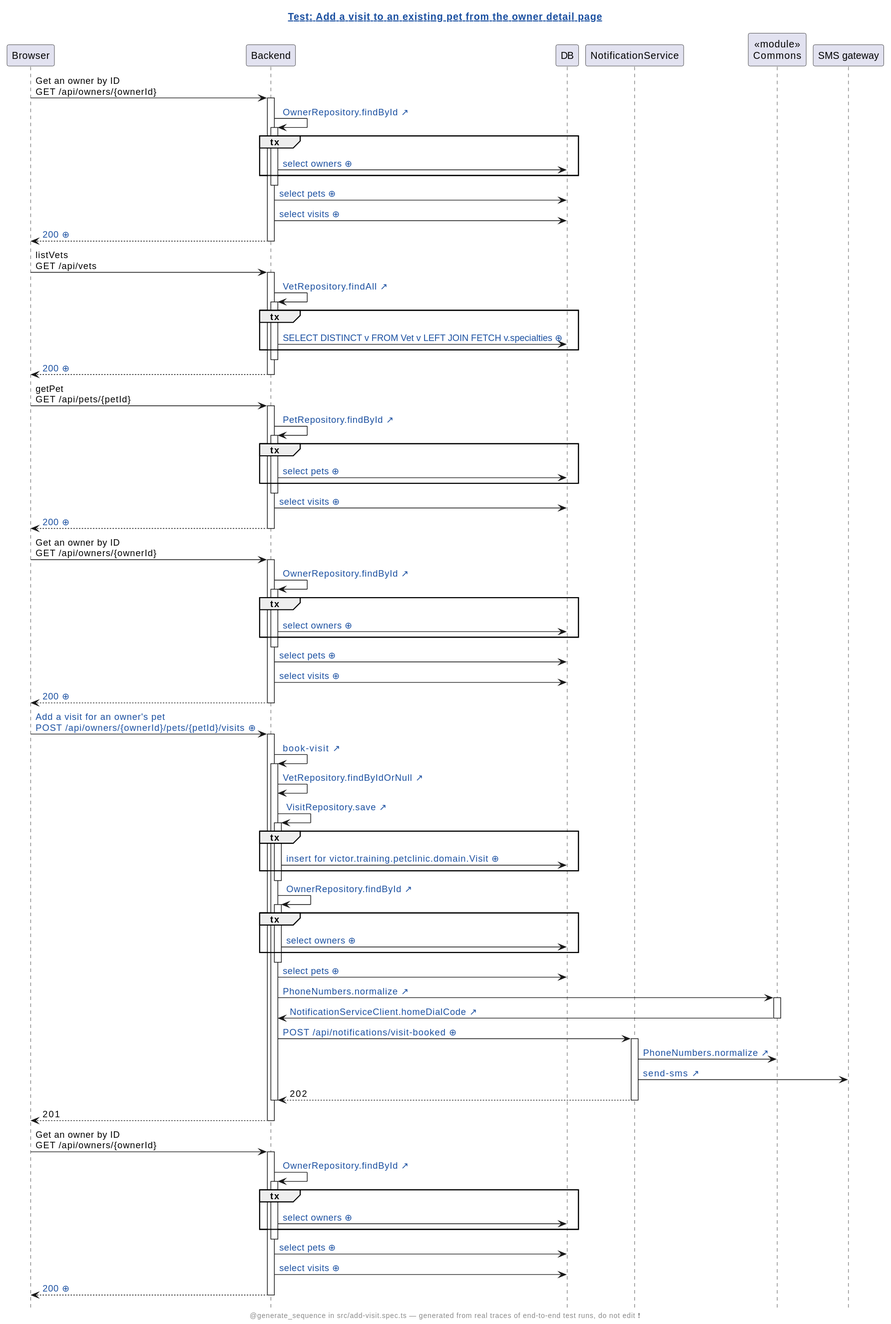
Earlier version of the PlantUML export demo/demo/assets/diagrams/petclinic-test_generated_add-visit.spec.ts.add-a-visit-to-an-existing-pet-from-the-owner-detail-page.genseq.new.svg (victorrentea/human-review).
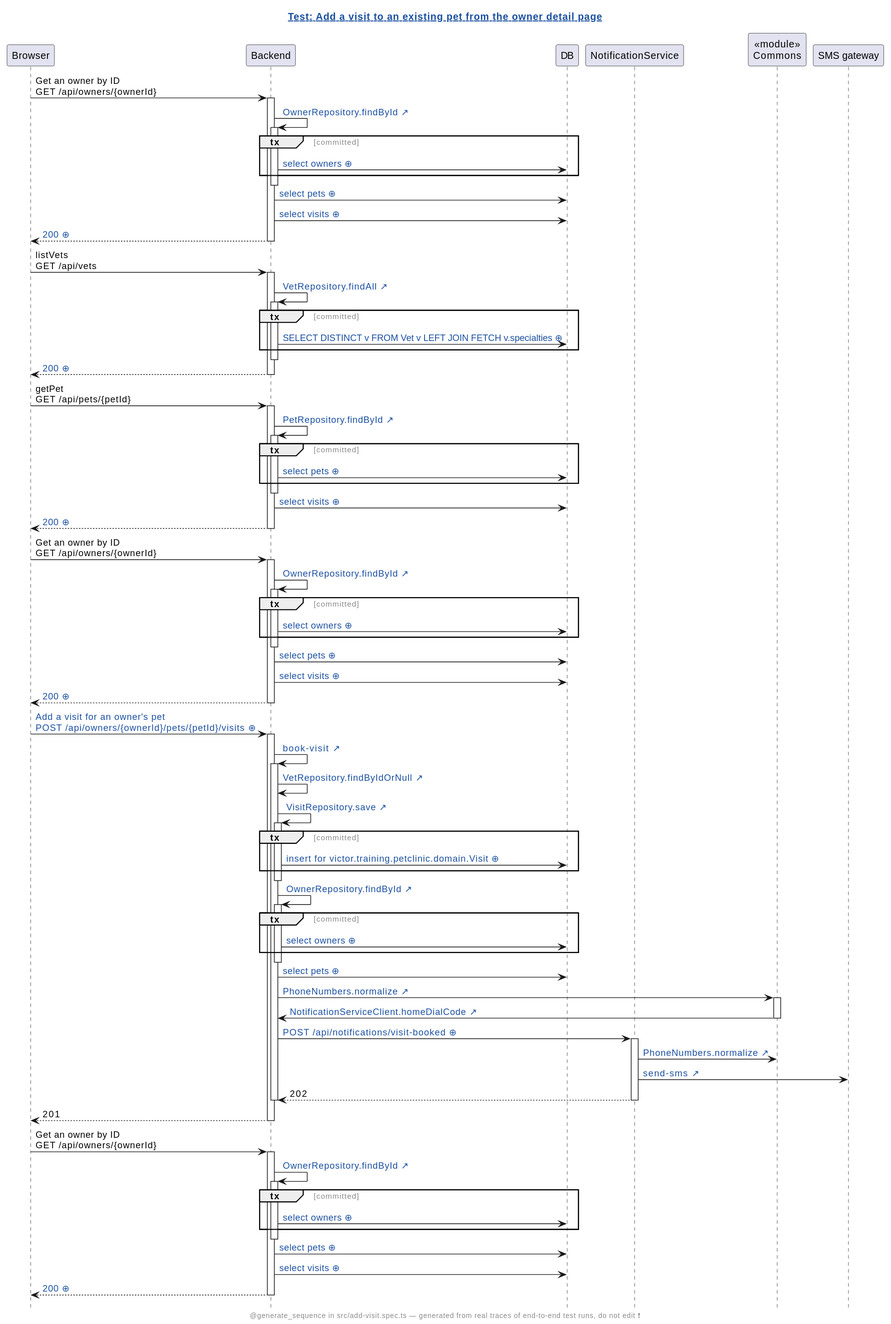
The same diagram one commit later.

Diff of the diagram source:
```diff
@@ -2,6 +2,8 @@
 hide footbox
 skinparam hyperlinkUnderline false
 skinparam hyperlinkColor #1A4FA0
+skinparam sequenceGroupFontColor #888888
+skinparam sequenceGroupFontStyle plain
 title [[src://petclinic-test/src/add-visit.spec.ts:34{Click to open the test} Test: Add a visit to an existing pet from the owner detail page]]
 footer @generate_sequence in src/add-visit.spec.ts — generated from real traces of end-to-end test runs, do not edit ❗
 participant Browser
@@ -14,7 +16,7 @@
 activate Backend
 Backend -> Backend: [[src://petclinic-backend/src/main/java/victor/training/petclinic/repository/OwnerRepository.java:14{Click to open OwnerRepository.findById} OwnerRepository.findById ↗]]
 activate Backend
-group tx
+group tx [committed]
 Backend -> DB: [[genseq://0x8aana{Click for the statement behind this call} select owners ⊕]]
 end
 deactivate Backend
@@ -26,7 +28,7 @@
 activate Backend
 Backend -> Backend: [[src://petclinic-backend/src/main/java/victor/training/petclinic/repository/VetRepository.java:13{Click to open VetRepository.findAll} VetRepository.findAll ↗]]
 activate Backend
-group tx
+group tx [committed]
 Backend -> DB: [[genseq://0p6yxbc{Click for the statement behind this call} SELECT DISTINCT v FROM Vet v LEFT JOIN FETCH v.specialties ⊕]]
 end
 deactivate Backend
@@ -36,7 +38,7 @@
 activate Backend
 Backend -> Backend: [[src://petclinic-backend/src/main/java/victor/training/petclinic/repository/PetRepository.java:16{Click to open PetRepository.findById} PetRepository.findById ↗]]
 activate Backend
-group tx
+group tx [committed]
 Backend -> DB: [[genseq://0y7w2ps{Click for the statement behind this call} select pets ⊕]]
 end
 deactivate Backend
@@ -47,7 +49,7 @@
 activate Backend
 Backend -> Backend: [[src://petclinic-backend/src/main/java/victor/training/petclinic/repository/OwnerRepository.java:14{Click to open OwnerRepository.findById} OwnerRepository.findById ↗]]
 activate Backend
-group tx
+group tx [committed]
 Backend -> DB: [[genseq://0x8aana{Click for the statement behind this call} select owners ⊕]]
 end
 deactivate Backend
@@ -62,13 +64,13 @@
 Backend -> Backend: [[src://petclinic-backend/src/main/java/victor/training/petclinic/repository/VetRepository.java:19{Click to open VetRepository.findByIdOrNull} VetRepository.findByIdOrNull ↗]]
 Backend -> Backend: [[src://petclinic-backend/src/main/java/victor/training/petclinic/repository/VisitRepository.java:14{Click to open VisitRepository.save} VisitRepository.save ↗]]
 activate Backend
-group tx
+group tx [committed]
 Backend -> DB: [[genseq://1vk69av{Click for the statement behind this call} insert for victor.training.petclinic.domain.Visit ⊕]]
 end
 deactivate Backend
 Backend -> Backend: [[src://petclinic-backend/src/main/java/victor/training/petclinic/repository/OwnerRepository.java:14{Click to open OwnerRepository.findById} OwnerRepository.findById ↗]]
 activate Backend
-group tx
+group tx [committed]
 Backend -> DB: [[genseq://0x8aana{Click for the statement behind this call} select owners ⊕]]
 end
 deactivate Backend
@@ -90,7 +92,7 @@
 activate Backend
 Backend -> Backend: [[src://petclinic-backend/src/main/java/victor/training/petclinic/repository/OwnerRepository.java:14{Click to open OwnerRepository.findById} OwnerRepository.findById ↗]]
 activate Backend
-group tx
+group tx [committed]
 Backend -> DB: [[genseq://0x8aana{Click for the statement behind this call} select owners ⊕]]
 end
 deactivate Backend
```
